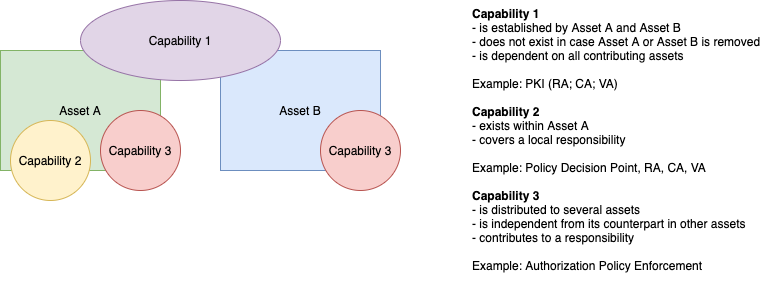
Earlier version of the draw.io export threats/2025/2025-10-20-Threat-Modeling_Assets-and-Capabilities.png (spdx/meetings). Source tidied: cells renumbered, new cells last; positions are measured from the earlier drawing's top-left corner, leaving out a move shared by most shapes.
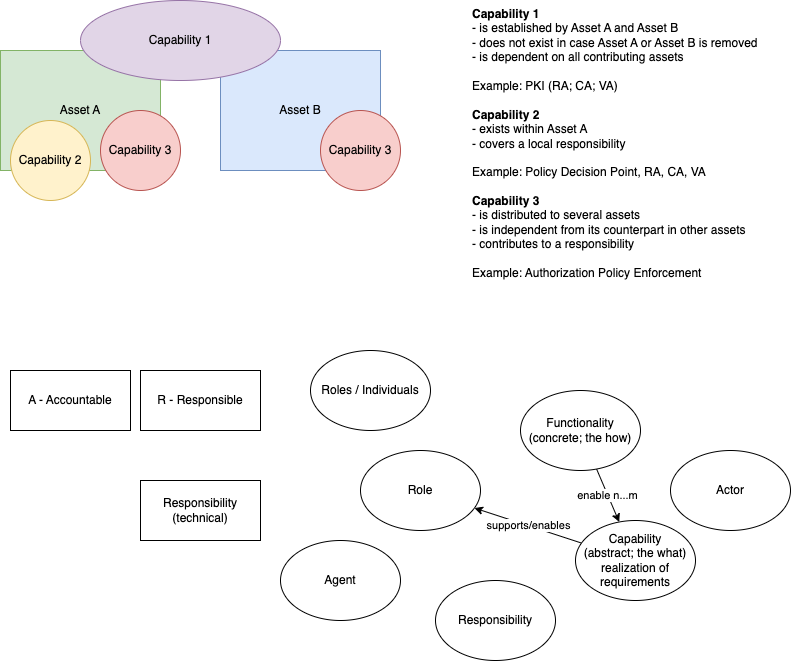
The same file after the commit.

Diff of the diagram source:
```diff
@@ -23,5 +23,41 @@
     <mxCell id="8" value="&lt;b&gt;Capability 1&lt;br&gt;&lt;/b&gt;- is established by Asset A and Asset B&lt;br&gt;- does not exist in case Asset A or Asset B is removed&lt;br&gt;- is dependent on all contributing assets&lt;br&gt;&lt;br&gt;Example: PKI (RA; CA; VA)&lt;br&gt;&lt;br&gt;&lt;b&gt;Capability 2&amp;nbsp;&lt;br&gt;&lt;/b&gt;- exists within Asset A&lt;br&gt;- covers a local responsibility&lt;br&gt;&lt;br&gt;Example: Policy Decision Point, RA, CA, VA&lt;br&gt;&lt;br&gt;&lt;b&gt;Capability 3&lt;br&gt;&lt;/b&gt;- is distributed to several assets&lt;br&gt;- is independent from its counterpart in other assets&lt;br&gt;- contributes to a responsibility&lt;br&gt;&lt;br&gt;Example: Authorization Policy Enforcement" style="text;html=1;strokeColor=none;fillColor=none;align=left;verticalAlign=top;whiteSpace=wrap;rounded=0;" parent="1" vertex="1">
       <mxGeometry x="470" width="310" height="290" as="geometry" />
     </mxCell>
+    <mxCell id="9" value="A - Accountable" style="rounded=0;whiteSpace=wrap;html=1;" parent="1" vertex="1">
+      <mxGeometry x="10" y="370" width="120" height="60" as="geometry" />
+    </mxCell>
+    <mxCell id="10" value="R - Responsible" style="rounded=0;whiteSpace=wrap;html=1;" parent="1" vertex="1">
+      <mxGeometry x="140" y="370" width="120" height="60" as="geometry" />
+    </mxCell>
+    <mxCell id="11" value="Responsibility&lt;br&gt;(technical)" style="rounded=0;whiteSpace=wrap;html=1;" parent="1" vertex="1">
+      <mxGeometry x="140" y="480" width="120" height="60" as="geometry" />
+    </mxCell>
+    <mxCell id="12" value="Roles / Individuals" style="ellipse;whiteSpace=wrap;html=1;" parent="1" vertex="1">
+      <mxGeometry x="310" y="350" width="120" height="80" as="geometry" />
+    </mxCell>
+    <mxCell id="13" value="Role" style="ellipse;whiteSpace=wrap;html=1;" parent="1" vertex="1">
+      <mxGeometry x="360" y="450" width="120" height="80" as="geometry" />
+    </mxCell>
+    <mxCell id="14" value="enable n...m" style="rounded=0;jettySize=auto;html=1;" parent="1" edge="1" source="15" target="17">
+      <mxGeometry relative="1" as="geometry" />
+    </mxCell>
+    <mxCell id="15" value="Functionality&lt;br&gt;(concrete; the how)" style="ellipse;whiteSpace=wrap;html=1;" parent="1" vertex="1">
+      <mxGeometry x="520" y="390" width="120" height="80" as="geometry" />
+    </mxCell>
+    <mxCell id="16" value="supports/enables" style="rounded=0;jettySize=auto;html=1;" parent="1" edge="1" source="17" target="13">
+      <mxGeometry relative="1" as="geometry" />
+    </mxCell>
+    <mxCell id="17" value="Capability&lt;br&gt;(abstract; the what)&lt;br&gt;realization of requirements" style="ellipse;whiteSpace=wrap;html=1;" parent="1" vertex="1">
+      <mxGeometry x="575" y="520" width="120" height="80" as="geometry" />
+    </mxCell>
+    <mxCell id="18" value="Responsibility" style="ellipse;whiteSpace=wrap;html=1;" parent="1" vertex="1">
+      <mxGeometry x="435" y="580" width="120" height="80" as="geometry" />
+    </mxCell>
+    <mxCell id="19" value="Agent" style="ellipse;whiteSpace=wrap;html=1;" parent="1" vertex="1">
+      <mxGeometry x="280" y="540" width="120" height="80" as="geometry" />
+    </mxCell>
+    <mxCell id="20" value="Actor" style="ellipse;whiteSpace=wrap;html=1;" parent="1" vertex="1">
+      <mxGeometry x="670" y="450" width="120" height="80" as="geometry" />
+    </mxCell>
   </root>
 </mxGraphModel>
```
